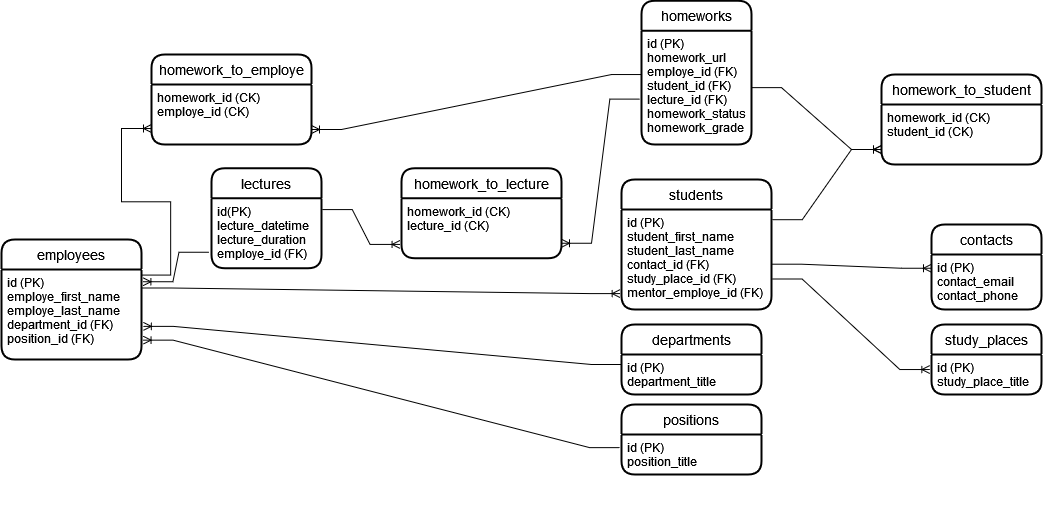
Kolesa-Education/kolesa-upgrade-homework-4 keeps this draw.io diagram as part2/KolesaDB.drawio.png. Above is the earlier version. Source tidied: cells renumbered, new cells last; positions are measured from the earlier drawing's top-left corner, leaving out a move shared by most shapes.
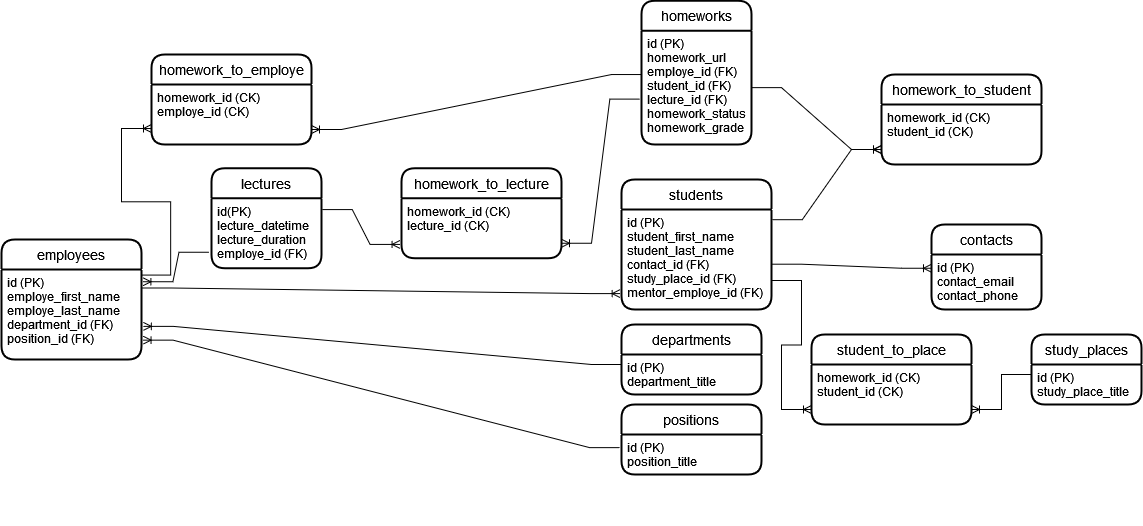
The same file after the commit.

Commit message:
выполняю задание 4.2

What changed in the source:
```diff
@@ -51,7 +51,7 @@
       <mxGeometry y="30" width="110" height="55" as="geometry" />
     </mxCell>
     <mxCell id="18" value="study_places" style="swimlane;horizontal=1;startSize=30;rounded=1;fontSize=14;fontStyle=0;strokeWidth=2;shadow=0;dashed=0;align=center;" parent="1" vertex="1">
-      <mxGeometry x="930" y="324" width="110" height="70" as="geometry" />
+      <mxGeometry x="1030" y="334" width="110" height="70" as="geometry" />
     </mxCell>
     <mxCell id="19" value="id (PK)&#10;study_place_title&#10;&#10;&#10;&#10;&#10;&#10;" style="align=left;strokeColor=none;fillColor=none;spacingLeft=4;fontSize=12;verticalAlign=top;" parent="18" vertex="1">
       <mxGeometry y="30" width="110" height="40" as="geometry" />
@@ -62,9 +62,6 @@
     <mxCell id="21" value="id (PK)&#10;homework_url&#10;employe_id (FK)&#10;student_id (FK)&#10;lecture_id (FK)&#10;homework_status&#10;homework_grade&#10;&#10;" style="align=left;strokeColor=none;fillColor=none;spacingLeft=4;fontSize=12;verticalAlign=top;" parent="20" vertex="1">
       <mxGeometry y="30" width="110" height="113.8" as="geometry" />
     </mxCell>
-    <mxCell id="22" style="edgeStyle=entityRelationEdgeStyle;fontSize=12;html=1;endArrow=ERoneToMany;rounded=0;exitX=1.004;exitY=0.695;exitDx=0;exitDy=0;entryX=-0.015;entryY=0.376;entryDx=0;entryDy=0;entryPerimeter=0;exitPerimeter=0;" parent="1" edge="1" source="10" target="19">
-      <mxGeometry relative="1" as="geometry" />
-    </mxCell>
     <mxCell id="23" style="edgeStyle=entityRelationEdgeStyle;fontSize=12;html=1;endArrow=ERoneToMany;rounded=0;entryX=0;entryY=0.25;entryDx=0;entryDy=0;exitX=1;exitY=0.547;exitDx=0;exitDy=0;exitPerimeter=0;" parent="1" edge="1" source="10" target="17">
       <mxGeometry relative="1" as="geometry" />
     </mxCell>
@@ -129,5 +126,22 @@
     <mxCell id="42" style="edgeStyle=entityRelationEdgeStyle;fontSize=12;html=1;endArrow=ERoneToMany;rounded=0;entryX=1;entryY=0.5;entryDx=0;entryDy=0;exitX=-0.015;exitY=0.601;exitDx=0;exitDy=0;exitPerimeter=0;" parent="1" edge="1" source="21" target="39">
       <mxGeometry relative="1" as="geometry" />
     </mxCell>
+    <mxCell id="43" value="student_to_place" style="swimlane;horizontal=1;startSize=30;rounded=1;fontSize=14;fontStyle=0;strokeWidth=2;shadow=0;dashed=0;align=center;" parent="1" vertex="1">
+      <mxGeometry x="810" y="334" width="160" height="90" as="geometry" />
+    </mxCell>
+    <mxCell id="44" value="homework_id (CK) &#10;student_id (CK)" style="align=left;strokeColor=none;fillColor=none;spacingLeft=4;fontSize=12;verticalAlign=top;" parent="43" vertex="1">
+      <mxGeometry y="30" width="160" height="90" as="geometry" />
+    </mxCell>
+    <mxCell id="45" value="&#10;" style="align=left;strokeColor=none;fillColor=none;spacingLeft=4;fontSize=12;verticalAlign=top;" parent="43" vertex="1">
+      <mxGeometry y="120" width="160" height="-30" as="geometry" />
+    </mxCell>
+    <mxCell id="46" style="edgeStyle=entityRelationEdgeStyle;fontSize=12;html=1;endArrow=ERoneToMany;rounded=0;exitX=1;exitY=0.75;exitDx=0;exitDy=0;exitPerimeter=0;entryX=0;entryY=0.5;entryDx=0;entryDy=0;" parent="1" edge="1" target="44">
+      <mxGeometry relative="1" as="geometry">
+        <mxPoint x="770" y="280" as="sourcePoint" />
+      </mxGeometry>
+    </mxCell>
+    <mxCell id="47" style="edgeStyle=entityRelationEdgeStyle;fontSize=12;html=1;endArrow=ERoneToMany;rounded=0;entryX=1;entryY=0.5;entryDx=0;entryDy=0;exitX=0;exitY=0.25;exitDx=0;exitDy=0;" parent="1" edge="1" source="19" target="44">
+      <mxGeometry relative="1" as="geometry" />
+    </mxCell>
   </root>
 </mxGraphModel>
```
